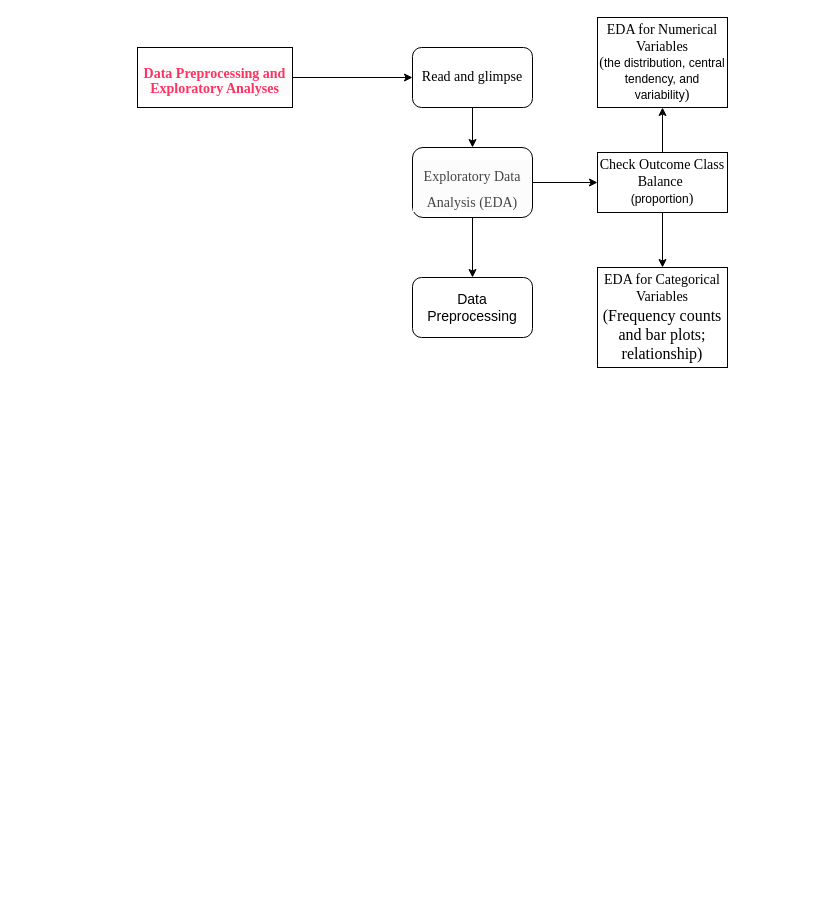
This is Untitled Diagram.drawio from robinyang414/Book, a draw.io file, before an edit. Source tidied: cells renumbered, new cells numbered last; positions are measured from the earlier drawing's top-left corner, leaving out a move shared by most shapes. Both pictures are drawn from the tidied source at 100%, with x=0, y=0 at pixel (137, 17).
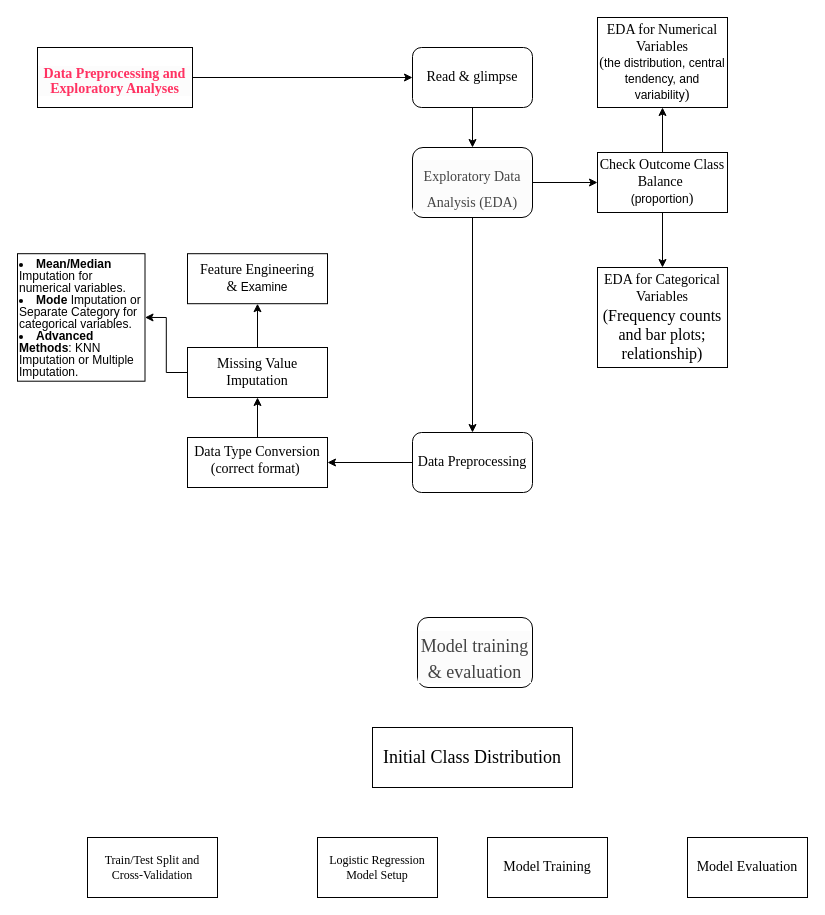
The same diagram, later.

The edit, as a diff of the source:
```diff
@@
     <mxCell id="3" value="&lt;h1 class=&quot;title toc-ignore&quot; style=&quot;box-sizing: border-box; margin: 18px 0px 9px; line-height: 1.1; background-color: rgb(252, 252, 252);&quot;&gt;&lt;font style=&quot;&quot; face=&quot;Times New Roman&quot;&gt;Data Preprocessing and Exploratory Analyses&lt;/font&gt;&lt;/h1&gt;" style="rounded=0;html=1;fillStyle=auto;gradientColor=none;align=center;fontSize=7;verticalAlign=middle;whiteSpace=wrap;spacingBottom=2;fontColor=#FF3262;" parent="1" vertex="1">
-      <mxGeometry y="30" width="155" height="60" as="geometry" />
+      <mxGeometry x="-100" y="30" width="155" height="60" as="geometry" />
     </mxCell>
@@
-    <mxCell id="8" value="&lt;font style=&quot;font-size: 14px;&quot; face=&quot;Times New Roman&quot;&gt;Read and glimpse&lt;/font&gt;" style="rounded=1;whiteSpace=wrap;html=1;" parent="1" vertex="1">
+    <mxCell id="8" value="&lt;font style=&quot;font-size: 14px;&quot; face=&quot;Times New Roman&quot;&gt;Read &amp;amp; glimpse&lt;/font&gt;" style="rounded=1;whiteSpace=wrap;html=1;" parent="1" vertex="1">
       <mxGeometry x="275" y="30" width="120" height="60" as="geometry" />
     </mxCell>
+    <mxCell id="15" style="edgeStyle=orthogonalEdgeStyle;rounded=0;jettySize=auto;html=1;exitX=0;exitY=0.5;exitDx=0;exitDy=0;" parent="1" edge="1" source="9" target="17">
+      <mxGeometry relative="1" as="geometry" />
+    </mxCell>
-    <mxCell id="9" value="&lt;font style=&quot;font-size: 14px;&quot;&gt;Data Preprocessing&lt;/font&gt;" style="rounded=1;whiteSpace=wrap;html=1;" parent="1" vertex="1">
-      <mxGeometry x="275" y="260" width="120" height="60" as="geometry" />
+    <mxCell id="9" value="&lt;font face=&quot;Times New Roman&quot; style=&quot;font-size: 14px;&quot;&gt;Data Preprocessing&lt;/font&gt;" style="rounded=1;whiteSpace=wrap;html=1;" parent="1" vertex="1">
+      <mxGeometry x="275" y="415" width="120" height="60" as="geometry" />
     </mxCell>
@@
+    <mxCell id="16" style="edgeStyle=orthogonalEdgeStyle;rounded=0;jettySize=auto;html=1;exitX=0.5;exitY=0;exitDx=0;exitDy=0;entryX=0.5;entryY=1;entryDx=0;entryDy=0;" parent="1" edge="1" source="17" target="20">
+      <mxGeometry relative="1" as="geometry" />
+    </mxCell>
+    <mxCell id="17" value="&lt;font style=&quot;font-size: 14px;&quot; face=&quot;Times New Roman&quot;&gt;Data Type Conversion&lt;/font&gt;&lt;div&gt;&lt;font style=&quot;font-size: 14px;&quot; face=&quot;Times New Roman&quot;&gt;(correct format)&amp;nbsp;&lt;/font&gt;&lt;div&gt;&lt;br&gt;&lt;/div&gt;&lt;/div&gt;" style="rounded=0;whiteSpace=wrap;html=1;verticalAlign=top;align=center;" parent="1" vertex="1">
+      <mxGeometry x="50" y="420" width="140" height="50" as="geometry" />
+    </mxCell>
+    <mxCell id="18" style="edgeStyle=orthogonalEdgeStyle;rounded=0;jettySize=auto;html=1;exitX=0;exitY=0.5;exitDx=0;exitDy=0;entryX=1;entryY=0.5;entryDx=0;entryDy=0;" parent="1" edge="1" source="20" target="21">
+      <mxGeometry relative="1" as="geometry" />
+    </mxCell>
+    <mxCell id="19" style="edgeStyle=orthogonalEdgeStyle;rounded=0;jettySize=auto;html=1;entryX=0.5;entryY=1;entryDx=0;entryDy=0;" parent="1" edge="1" source="20" target="22">
+      <mxGeometry relative="1" as="geometry" />
+    </mxCell>
+    <mxCell id="20" value="&lt;span style=&quot;font-family: &amp;quot;Times New Roman&amp;quot;;&quot;&gt;&lt;font style=&quot;font-size: 14px;&quot;&gt;Missing Value Imputation&lt;/font&gt;&lt;/span&gt;" style="rounded=0;whiteSpace=wrap;html=1;" parent="1" vertex="1">
+      <mxGeometry x="50" y="330" width="140" height="50" as="geometry" />
+    </mxCell>
+    <mxCell id="21" value="&lt;div style=&quot;line-height: 100%;&quot;&gt;&lt;li&gt;&lt;span&gt;&lt;b&gt;Mean/Median&lt;/b&gt; Imputation&lt;/span&gt; for numerical variables.&lt;/li&gt;&lt;li&gt;&lt;span&gt;&lt;b&gt;Mode &lt;/b&gt;Imputation&lt;/span&gt; or &lt;span&gt;Separate Category&lt;/span&gt; for categorical variables.&lt;/li&gt;&lt;li&gt;&lt;span style=&quot;background-color: transparent; color: light-dark(rgb(0, 0, 0), rgb(255, 255, 255));&quot;&gt;&lt;b&gt;Advanced Methods&lt;/b&gt;&lt;/span&gt;&lt;span style=&quot;background-color: transparent; color: light-dark(rgb(0, 0, 0), rgb(255, 255, 255));&quot;&gt;: KNN Imputation or Multiple Imputation.&lt;/span&gt;&lt;/li&gt;&lt;/div&gt;" style="whiteSpace=wrap;html=1;align=left;" parent="1" vertex="1">
+      <mxGeometry x="-120" y="236.2" width="127.5" height="127.5" as="geometry" />
+    </mxCell>
+    <mxCell id="22" value="&lt;font style=&quot;font-size: 14px;&quot; face=&quot;Times New Roman&quot;&gt;Feature Engineering &amp;amp;&amp;nbsp;&lt;/font&gt;Examine" style="rounded=0;whiteSpace=wrap;html=1;" parent="1" vertex="1">
+      <mxGeometry x="50" y="236.2" width="140" height="50" as="geometry" />
+    </mxCell>
+    <mxCell id="23" value="&lt;h1 style=&quot;box-sizing: border-box; margin: 18px 0px 9px; font-weight: 300; line-height: 1.1; color: rgb(68, 68, 68); background-color: rgb(252, 252, 252);&quot;&gt;&lt;font face=&quot;Times New Roman&quot; style=&quot;font-size: 18px;&quot;&gt;Model training &amp;amp; evaluation&lt;/font&gt;&lt;/h1&gt;" style="rounded=1;whiteSpace=wrap;html=1;align=center;" parent="1" vertex="1">
+      <mxGeometry x="280" y="600" width="115" height="70" as="geometry" />
+    </mxCell>
+    <mxCell id="24" value="&lt;font face=&quot;Times New Roman&quot; style=&quot;font-size: 18px;&quot;&gt;&lt;span style=&quot;&quot;&gt;Initial Class Distribution&lt;/span&gt;&lt;/font&gt;" style="rounded=0;whiteSpace=wrap;html=1;" parent="1" vertex="1">
+      <mxGeometry x="235" y="710" width="200" height="60" as="geometry" />
+    </mxCell>
+    <mxCell id="25" value="&lt;div&gt;&lt;font face=&quot;Times New Roman&quot; style=&quot;font-size: 12px;&quot;&gt;Train/Test Split and Cross-Validation&lt;/font&gt;&lt;/div&gt;" style="rounded=0;whiteSpace=wrap;html=1;" parent="1" vertex="1">
+      <mxGeometry x="-50" y="820" width="130" height="60" as="geometry" />
+    </mxCell>
+    <mxCell id="26" value="&lt;font face=&quot;Times New Roman&quot; style=&quot;font-size: 12px;&quot;&gt;Logistic Regression Model Setup&lt;/font&gt;" style="rounded=0;whiteSpace=wrap;html=1;" parent="1" vertex="1">
+      <mxGeometry x="180" y="820" width="120" height="60" as="geometry" />
+    </mxCell>
+    <mxCell id="27" value="&lt;font style=&quot;font-size: 14px;&quot; face=&quot;Times New Roman&quot;&gt;Model Evaluation&lt;/font&gt;" style="rounded=0;whiteSpace=wrap;html=1;" parent="1" vertex="1">
+      <mxGeometry x="550" y="820" width="120" height="60" as="geometry" />
+    </mxCell>
+    <mxCell id="28" value="&lt;font face=&quot;Times New Roman&quot; style=&quot;font-size: 14px;&quot;&gt;Model Training&lt;/font&gt;" style="rounded=0;whiteSpace=wrap;html=1;" parent="1" vertex="1">
+      <mxGeometry x="350" y="820" width="120" height="60" as="geometry" />
+    </mxCell>
```
